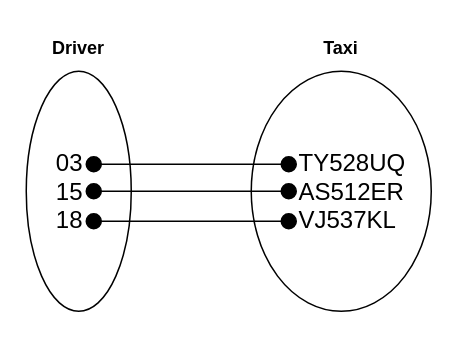
Before: page "EO DT" (13 of 45) of higher/ddd/H-DDD-Clydeview/assets/Diagrams/H DDD Clydeview.drawio in MrFriendCS/MrFriendCS.github.io, a draw.io diagram. Source tidied: cells renumbered, new cells numbered last; positions are measured from the earlier drawing's top-left corner, leaving out a move shared by most shapes. Both pictures are drawn from the tidied source at 150%, with x=0, y=0 at pixel (26, 26).
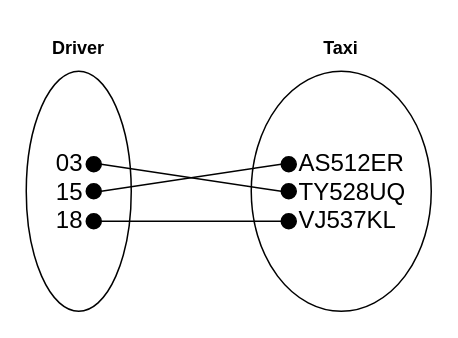
The same page after the edit.

Change to the diagram source:
```diff
@@
 <mxGraphModel>
   <root>
     <mxCell id="0" />
     <mxCell id="1" parent="0" />
-    <mxCell id="2" style="endArrow=none;html=1;rounded=0;entryX=1;entryY=0.5;entryDx=0;entryDy=0;exitX=0;exitY=0.5;exitDx=0;exitDy=0;" parent="1" edge="1" source="16" target="9">
-      <mxGeometry relative="1" as="geometry" />
-    </mxCell>
-    <mxCell id="3" style="endArrow=none;html=1;rounded=0;exitX=0;exitY=0.5;exitDx=0;exitDy=0;entryX=1;entryY=0.5;entryDx=0;entryDy=0;" parent="1" edge="1" source="13" target="7">
-      <mxGeometry relative="1" as="geometry" />
-    </mxCell>
-    <mxCell id="4" style="endArrow=none;html=1;rounded=0;entryX=1;entryY=0.5;entryDx=0;entryDy=0;exitX=0;exitY=0.5;exitDx=0;exitDy=0;" parent="1" edge="1" source="14" target="8">
-      <mxGeometry relative="1" as="geometry" />
-    </mxCell>
+    <mxCell id="17" style="endArrow=none;html=1;rounded=0;entryX=1;entryY=0.5;entryDx=0;entryDy=0;exitX=0;exitY=0.5;exitDx=0;exitDy=0;" parent="1" edge="1" source="28" target="23">
+      <mxGeometry relative="1" as="geometry" />
+    </mxCell>
+    <mxCell id="18" style="endArrow=none;html=1;rounded=0;exitX=0;exitY=0.5;exitDx=0;exitDy=0;entryX=1;entryY=0.5;entryDx=0;entryDy=0;" parent="1" edge="1" source="26" target="21">
+      <mxGeometry relative="1" as="geometry" />
+    </mxCell>
+    <mxCell id="19" style="endArrow=none;html=1;rounded=0;entryX=1;entryY=0.5;entryDx=0;entryDy=0;exitX=0;exitY=0.5;exitDx=0;exitDy=0;" parent="1" edge="1" source="25" target="22">
+      <mxGeometry relative="1" as="geometry" />
+    </mxCell>
     <mxCell id="5" value="&lt;b&gt;Driver&lt;/b&gt;" style="text;html=1;align=center;verticalAlign=middle;whiteSpace=wrap;rounded=0;" parent="1" vertex="1">
       <mxGeometry x="5" width="60" height="30" as="geometry" />
     </mxCell>
-    <mxCell id="6" style="ellipse;whiteSpace=wrap;html=1;fillColor=none;" parent="1" vertex="1">
-      <mxGeometry y="30" width="70" height="160" as="geometry" />
-    </mxCell>
-    <mxCell id="7" style="ellipse;whiteSpace=wrap;html=1;fillColor=#000000;flipH=0;" parent="1" vertex="1">
-      <mxGeometry x="40" y="87" width="10" height="10" as="geometry" />
-    </mxCell>
-    <mxCell id="8" style="ellipse;whiteSpace=wrap;html=1;fillColor=#000000;flipH=0;" parent="1" vertex="1">
-      <mxGeometry x="40" y="105" width="10" height="10" as="geometry" />
-    </mxCell>
-    <mxCell id="9" style="ellipse;whiteSpace=wrap;html=1;fillColor=#000000;flipH=0;" parent="1" vertex="1">
-      <mxGeometry x="40" y="125" width="10" height="10" as="geometry" />
-    </mxCell>
+    <mxCell id="20" style="ellipse;whiteSpace=wrap;html=1;fillColor=none;" parent="1" vertex="1">
+      <mxGeometry y="30" width="70" height="160" as="geometry" />
+    </mxCell>
+    <mxCell id="21" style="ellipse;whiteSpace=wrap;html=1;fillColor=#000000;flipH=0;" parent="1" vertex="1">
+      <mxGeometry x="40" y="87" width="10" height="10" as="geometry" />
+    </mxCell>
+    <mxCell id="22" style="ellipse;whiteSpace=wrap;html=1;fillColor=#000000;flipH=0;" parent="1" vertex="1">
+      <mxGeometry x="40" y="105" width="10" height="10" as="geometry" />
+    </mxCell>
+    <mxCell id="23" style="ellipse;whiteSpace=wrap;html=1;fillColor=#000000;flipH=0;" parent="1" vertex="1">
+      <mxGeometry x="40" y="125" width="10" height="10" as="geometry" />
+    </mxCell>
     <mxCell id="10" value="&lt;div&gt;&lt;span style=&quot;font-size:12.0pt;mso-bidi-font-size:14.0pt;&lt;br/&gt;font-family:&amp;quot;Arial&amp;quot;,sans-serif;mso-fareast-font-family:Calibri;mso-fareast-theme-font:&lt;br/&gt;minor-latin;mso-bidi-theme-font:minor-bidi;mso-ansi-language:EN-GB;mso-fareast-language:&lt;br/&gt;EN-US;mso-bidi-language:AR-SA&quot;&gt;03&lt;/span&gt;&lt;span style=&quot;font-size:12.0pt;mso-bidi-font-size:14.0pt;&lt;br/&gt;font-family:&amp;quot;Arial&amp;quot;,sans-serif;mso-fareast-font-family:Calibri;mso-fareast-theme-font:&lt;br/&gt;minor-latin;mso-bidi-theme-font:minor-bidi;mso-ansi-language:EN-GB;mso-fareast-language:&lt;br/&gt;EN-US;mso-bidi-language:AR-SA&quot;&gt;&lt;br&gt;&lt;/span&gt;&lt;/div&gt;&lt;div&gt;&lt;span style=&quot;font-size:12.0pt;mso-bidi-font-size:14.0pt;&lt;br/&gt;font-family:&amp;quot;Arial&amp;quot;,sans-serif;mso-fareast-font-family:Calibri;mso-fareast-theme-font:&lt;br/&gt;minor-latin;mso-bidi-theme-font:minor-bidi;mso-ansi-language:EN-GB;mso-fareast-language:&lt;br/&gt;EN-US;mso-bidi-language:AR-SA&quot;&gt;15&lt;/span&gt;&lt;span style=&quot;font-size:12.0pt;mso-bidi-font-size:14.0pt;&lt;br/&gt;font-family:&amp;quot;Arial&amp;quot;,sans-serif;mso-fareast-font-family:Calibri;mso-fareast-theme-font:&lt;br/&gt;minor-latin;mso-bidi-theme-font:minor-bidi;mso-ansi-language:EN-GB;mso-fareast-language:&lt;br/&gt;EN-US;mso-bidi-language:AR-SA&quot;&gt;&lt;br&gt;&lt;/span&gt;&lt;/div&gt;&lt;div&gt;&lt;span style=&quot;font-size:12.0pt;mso-bidi-font-size:14.0pt;&lt;br/&gt;font-family:&amp;quot;Arial&amp;quot;,sans-serif;mso-fareast-font-family:Calibri;mso-fareast-theme-font:&lt;br/&gt;minor-latin;mso-bidi-theme-font:minor-bidi;mso-ansi-language:EN-GB;mso-fareast-language:&lt;br/&gt;EN-US;mso-bidi-language:AR-SA&quot;&gt;18&lt;/span&gt;&lt;/div&gt;" style="text;html=1;align=right;verticalAlign=middle;whiteSpace=wrap;rounded=0;flipH=0;" parent="1" vertex="1">
       <mxGeometry x="10" y="80" width="30" height="60" as="geometry" />
     </mxCell>
-    <mxCell id="11" style="ellipse;whiteSpace=wrap;html=1;fillColor=none;" parent="1" vertex="1">
-      <mxGeometry x="150" y="30" width="120" height="160" as="geometry" />
-    </mxCell>
+    <mxCell id="24" style="ellipse;whiteSpace=wrap;html=1;fillColor=none;" parent="1" vertex="1">
+      <mxGeometry x="150" y="30" width="120" height="160" as="geometry" />
+    </mxCell>
     <mxCell id="12" value="&lt;b&gt;Taxi&lt;/b&gt;" style="text;html=1;align=center;verticalAlign=middle;whiteSpace=wrap;rounded=0;" parent="1" vertex="1">
       <mxGeometry x="180" width="60" height="30" as="geometry" />
     </mxCell>
-    <mxCell id="13" style="ellipse;whiteSpace=wrap;html=1;fillColor=#000000;" parent="1" vertex="1">
-      <mxGeometry x="170" y="87" width="10" height="10" as="geometry" />
-    </mxCell>
-    <mxCell id="14" style="ellipse;whiteSpace=wrap;html=1;fillColor=#000000;" parent="1" vertex="1">
-      <mxGeometry x="170" y="105" width="10" height="10" as="geometry" />
-    </mxCell>
-    <mxCell id="15" value="&lt;span style=&quot;font-size:12.0pt;mso-bidi-font-size:14.0pt;&lt;br/&gt;font-family:&amp;quot;Arial&amp;quot;,sans-serif;mso-fareast-font-family:Calibri;mso-fareast-theme-font:&lt;br/&gt;minor-latin;mso-bidi-theme-font:minor-bidi;mso-ansi-language:EN-GB;mso-fareast-language:&lt;br/&gt;EN-US;mso-bidi-language:AR-SA&quot;&gt;TY528UQ&lt;/span&gt;&lt;br&gt;&lt;div&gt;&lt;span style=&quot;font-size:12.0pt;mso-bidi-font-size:14.0pt;&lt;br/&gt;font-family:&amp;quot;Arial&amp;quot;,sans-serif;mso-fareast-font-family:Calibri;mso-fareast-theme-font:&lt;br/&gt;minor-latin;mso-bidi-theme-font:minor-bidi;mso-ansi-language:EN-GB;mso-fareast-language:&lt;br/&gt;EN-US;mso-bidi-language:AR-SA&quot;&gt;AS512ER&lt;/span&gt;&lt;br&gt;&lt;/div&gt;&lt;div&gt;&lt;span style=&quot;font-size:12.0pt;mso-bidi-font-size:14.0pt;&lt;br/&gt;font-family:&amp;quot;Arial&amp;quot;,sans-serif;mso-fareast-font-family:Calibri;mso-fareast-theme-font:&lt;br/&gt;minor-latin;mso-bidi-theme-font:minor-bidi;mso-ansi-language:EN-GB;mso-fareast-language:&lt;br/&gt;EN-US;mso-bidi-language:AR-SA&quot;&gt;VJ537KL&lt;/span&gt;&lt;br&gt;&lt;/div&gt;" style="text;html=1;align=left;verticalAlign=middle;whiteSpace=wrap;rounded=0;" parent="1" vertex="1">
-      <mxGeometry x="180" y="80" width="80" height="60" as="geometry" />
-    </mxCell>
-    <mxCell id="16" style="ellipse;whiteSpace=wrap;html=1;fillColor=#000000;" parent="1" vertex="1">
-      <mxGeometry x="170" y="125" width="10" height="10" as="geometry" />
-    </mxCell>
+    <mxCell id="25" style="ellipse;whiteSpace=wrap;html=1;fillColor=#000000;" parent="1" vertex="1">
+      <mxGeometry x="170" y="87" width="10" height="10" as="geometry" />
+    </mxCell>
+    <mxCell id="26" style="ellipse;whiteSpace=wrap;html=1;fillColor=#000000;" parent="1" vertex="1">
+      <mxGeometry x="170" y="105" width="10" height="10" as="geometry" />
+    </mxCell>
+    <mxCell id="27" value="&lt;span style=&quot;font-size: 16px;&quot;&gt;AS512ER&lt;/span&gt;&lt;div&gt;&lt;span style=&quot;font-size:12.0pt;mso-bidi-font-size:14.0pt;&lt;br/&gt;font-family:&amp;quot;Arial&amp;quot;,sans-serif;mso-fareast-font-family:Calibri;mso-fareast-theme-font:&lt;br/&gt;minor-latin;mso-bidi-theme-font:minor-bidi;mso-ansi-language:EN-GB;mso-fareast-language:&lt;br/&gt;EN-US;mso-bidi-language:AR-SA&quot;&gt;TY528UQ&lt;/span&gt;&lt;br&gt;&lt;div&gt;&lt;span style=&quot;font-size: 12pt; background-color: initial;&quot;&gt;VJ537KL&lt;/span&gt;&lt;br&gt;&lt;/div&gt;&lt;/div&gt;" style="text;html=1;align=left;verticalAlign=middle;whiteSpace=wrap;rounded=0;" parent="1" vertex="1">
+      <mxGeometry x="180" y="80" width="80" height="60" as="geometry" />
+    </mxCell>
+    <mxCell id="28" style="ellipse;whiteSpace=wrap;html=1;fillColor=#000000;" parent="1" vertex="1">
+      <mxGeometry x="170" y="125" width="10" height="10" as="geometry" />
+    </mxCell>
   </root>
 </mxGraphModel>
```
